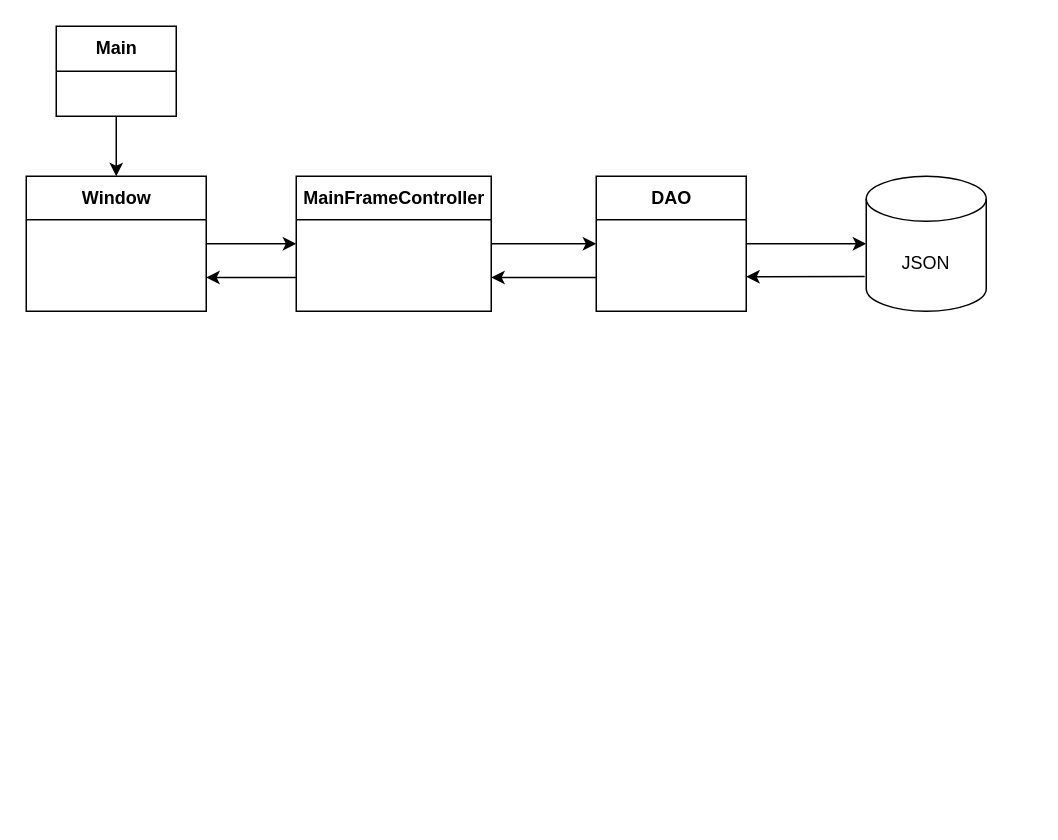
This is class.drawio from kendama5ko/bookmap_ver_Json, a draw.io file, before an edit. Source tidied: cells renumbered, new cells numbered last; positions are measured from the earlier drawing's top-left corner, leaving out a move shared by most shapes. Both pictures are drawn from the tidied source at 150%, with x=0, y=0 at pixel (26, 26).
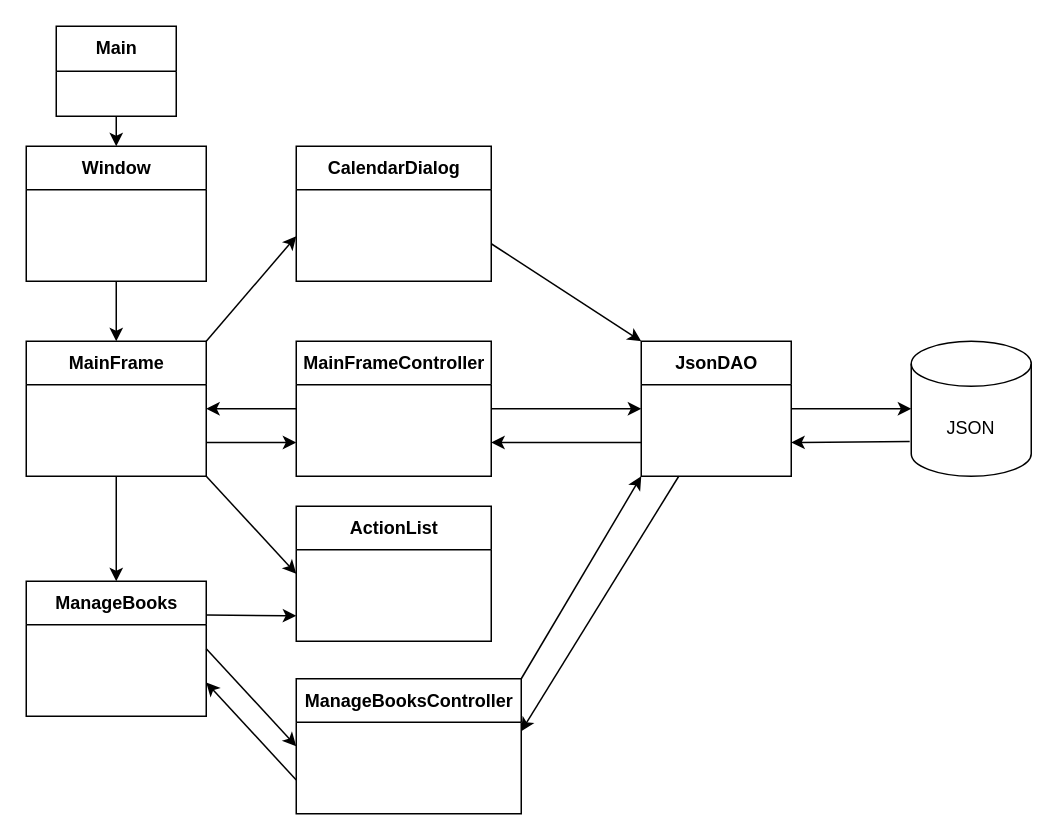
The same page after the edit.

Commit message (it also covers changes not shown here):
CalendarDialog.javaの追加

The change refers to these unchanged cells:
```xml
<mxCell id="5" value="Main" style="swimlane;fontStyle=1;align=center;verticalAlign=middle;horizontal=1;startSize=30;html=1;" parent="1" vertex="1">
  <mxGeometry x="20" width="80" height="60" as="geometry" />
</mxCell>
```

Change to the diagram source:
```diff
@@
-    <mxCell id="2" style="edgeStyle=none;html=1;exitX=1;exitY=0.5;exitDx=0;exitDy=0;entryX=0;entryY=0.5;entryDx=0;entryDy=0;" parent="1" edge="1" source="3" target="6">
-      <mxGeometry relative="1" as="geometry" />
-    </mxCell>
+    <mxCell id="14" style="edgeStyle=none;html=1;entryX=0.5;entryY=0;entryDx=0;entryDy=0;" parent="1" edge="1" source="3" target="25">
+      <mxGeometry relative="1" as="geometry" />
+    </mxCell>
     <mxCell id="3" value="Window" style="swimlane;fontStyle=1;align=center;verticalAlign=middle;horizontal=1;startSize=29;html=1;" parent="1" vertex="1">
-      <mxGeometry y="100" width="120" height="90" as="geometry" />
+      <mxGeometry y="80" width="120" height="90" as="geometry" />
     </mxCell>
-    <mxCell id="4" style="edgeStyle=none;html=1;entryX=0.5;entryY=0;entryDx=0;entryDy=0;" parent="1" edge="1" source="5">
-      <mxGeometry relative="1" as="geometry">
-        <mxPoint x="60" y="100" as="targetPoint" />
-      </mxGeometry>
+    <mxCell id="4" style="edgeStyle=none;html=1;entryX=0.5;entryY=0;entryDx=0;entryDy=0;" parent="1" edge="1" source="5" target="3">
+      <mxGeometry relative="1" as="geometry" />
     </mxCell>
@@
-    <mxCell id="6" value="MainFrameController" style="swimlane;fontStyle=1;align=center;verticalAlign=middle;horizontal=1;startSize=29;html=1;" parent="1" vertex="1">
-      <mxGeometry x="180" y="100" width="130" height="90" as="geometry" />
+    <mxCell id="6" value="ActionList" style="swimlane;fontStyle=1;align=center;verticalAlign=middle;horizontal=1;startSize=29;html=1;" parent="1" vertex="1">
+      <mxGeometry x="180" y="320" width="130" height="90" as="geometry" />
     </mxCell>
@@
+    <mxCell id="15" style="edgeStyle=none;html=1;exitX=0;exitY=0.75;exitDx=0;exitDy=0;entryX=1;entryY=0.75;entryDx=0;entryDy=0;" parent="1" edge="1" source="8" target="30">
+      <mxGeometry relative="1" as="geometry" />
+    </mxCell>
+    <mxCell id="16" style="edgeStyle=none;html=1;exitX=0.25;exitY=1;exitDx=0;exitDy=0;" parent="1" edge="1" source="8">
+      <mxGeometry relative="1" as="geometry">
+        <mxPoint x="330" y="470" as="targetPoint" />
+      </mxGeometry>
+    </mxCell>
-    <mxCell id="8" value="DAO" style="swimlane;fontStyle=1;align=center;verticalAlign=middle;horizontal=1;startSize=29;html=1;" parent="1" vertex="1">
-      <mxGeometry x="380" y="100" width="100" height="90" as="geometry" />
+    <mxCell id="8" value="JsonDAO" style="swimlane;fontStyle=1;align=center;verticalAlign=middle;horizontal=1;startSize=29;html=1;" parent="1" vertex="1">
+      <mxGeometry x="410" y="210" width="100" height="90" as="geometry" />
     </mxCell>
-    <mxCell id="9" style="edgeStyle=none;html=1;entryX=0;entryY=0.5;entryDx=0;entryDy=0;" parent="1" edge="1" target="8">
+    <mxCell id="9" style="edgeStyle=none;html=1;entryX=0;entryY=0;entryDx=0;entryDy=0;" parent="1" edge="1" target="8">
       <mxGeometry relative="1" as="geometry">
         <mxPoint x="310" y="145" as="sourcePoint" />
       </mxGeometry>
     </mxCell>
     <mxCell id="10" value="JSON&lt;br&gt;" style="shape=cylinder3;whiteSpace=wrap;html=1;boundedLbl=1;backgroundOutline=1;size=15;" parent="1" vertex="1">
-      <mxGeometry x="560" y="100" width="80" height="90" as="geometry" />
+      <mxGeometry x="590" y="210" width="80" height="90" as="geometry" />
     </mxCell>
-    <mxCell id="11" style="edgeStyle=none;html=1;exitX=-0.013;exitY=0.743;exitDx=0;exitDy=0;exitPerimeter=0;" parent="1" edge="1" source="10">
-      <mxGeometry relative="1" as="geometry">
-        <mxPoint x="480" y="167" as="targetPoint" />
-      </mxGeometry>
+    <mxCell id="11" style="edgeStyle=none;html=1;exitX=-0.013;exitY=0.743;exitDx=0;exitDy=0;exitPerimeter=0;entryX=1;entryY=0.75;entryDx=0;entryDy=0;" parent="1" edge="1" source="10" target="8">
+      <mxGeometry relative="1" as="geometry" />
     </mxCell>
-    <mxCell id="12" style="edgeStyle=none;html=1;exitX=0;exitY=0.75;exitDx=0;exitDy=0;entryX=1;entryY=0.75;entryDx=0;entryDy=0;" parent="1" edge="1" source="8" target="6">
-      <mxGeometry relative="1" as="geometry" />
-    </mxCell>
-    <mxCell id="13" style="edgeStyle=none;html=1;exitX=0;exitY=0.75;exitDx=0;exitDy=0;entryX=1;entryY=0.75;entryDx=0;entryDy=0;" parent="1" edge="1" source="6" target="3">
+    <mxCell id="13" style="edgeStyle=none;html=1;exitX=0;exitY=0.5;exitDx=0;exitDy=0;entryX=1;entryY=0.5;entryDx=0;entryDy=0;" parent="1" edge="1" source="30" target="25">
       <mxGeometry relative="1" as="geometry" />
     </mxCell>
+    <mxCell id="17" value="CalendarDialog" style="swimlane;fontStyle=1;align=center;verticalAlign=middle;horizontal=1;startSize=29;html=1;" parent="1" vertex="1">
+      <mxGeometry x="180" y="80" width="130" height="90" as="geometry" />
+    </mxCell>
+    <mxCell id="18" style="edgeStyle=none;html=1;exitX=0;exitY=0.75;exitDx=0;exitDy=0;entryX=1;entryY=0.75;entryDx=0;entryDy=0;" parent="1" edge="1" source="20" target="28">
+      <mxGeometry relative="1" as="geometry" />
+    </mxCell>
+    <mxCell id="19" style="edgeStyle=none;html=1;exitX=1;exitY=0;exitDx=0;exitDy=0;entryX=0;entryY=1;entryDx=0;entryDy=0;" parent="1" edge="1" source="20" target="8">
+      <mxGeometry relative="1" as="geometry" />
+    </mxCell>
+    <mxCell id="20" value="ManageBooksController" style="swimlane;fontStyle=1;align=center;verticalAlign=middle;horizontal=1;startSize=29;html=1;" parent="1" vertex="1">
+      <mxGeometry x="180" y="435" width="150" height="90" as="geometry" />
+    </mxCell>
+    <mxCell id="21" style="edgeStyle=none;html=1;exitX=0.5;exitY=1;exitDx=0;exitDy=0;entryX=0.5;entryY=0;entryDx=0;entryDy=0;" parent="1" edge="1" source="25" target="28">
+      <mxGeometry relative="1" as="geometry" />
+    </mxCell>
+    <mxCell id="22" style="edgeStyle=none;html=1;exitX=1;exitY=0.75;exitDx=0;exitDy=0;entryX=0;entryY=0.75;entryDx=0;entryDy=0;" parent="1" edge="1" source="25" target="30">
+      <mxGeometry relative="1" as="geometry" />
+    </mxCell>
+    <mxCell id="23" style="edgeStyle=none;html=1;exitX=1;exitY=0;exitDx=0;exitDy=0;" parent="1" edge="1" source="25">
+      <mxGeometry relative="1" as="geometry">
+        <mxPoint x="180" y="140" as="targetPoint" />
+      </mxGeometry>
+    </mxCell>
+    <mxCell id="24" style="edgeStyle=none;html=1;exitX=1;exitY=1;exitDx=0;exitDy=0;entryX=0;entryY=0.5;entryDx=0;entryDy=0;" parent="1" edge="1" source="25" target="6">
+      <mxGeometry relative="1" as="geometry" />
+    </mxCell>
+    <mxCell id="25" value="MainFrame" style="swimlane;fontStyle=1;align=center;verticalAlign=middle;horizontal=1;startSize=29;html=1;" parent="1" vertex="1">
+      <mxGeometry y="210" width="120" height="90" as="geometry" />
+    </mxCell>
+    <mxCell id="26" style="edgeStyle=none;html=1;exitX=1;exitY=0.5;exitDx=0;exitDy=0;entryX=0;entryY=0.5;entryDx=0;entryDy=0;" parent="1" edge="1" source="28" target="20">
+      <mxGeometry relative="1" as="geometry" />
+    </mxCell>
+    <mxCell id="27" style="edgeStyle=none;html=1;exitX=1;exitY=0.25;exitDx=0;exitDy=0;" parent="1" edge="1" source="28">
+      <mxGeometry relative="1" as="geometry">
+        <mxPoint x="180" y="393" as="targetPoint" />
+      </mxGeometry>
+    </mxCell>
+    <mxCell id="28" value="ManageBooks" style="swimlane;fontStyle=1;align=center;verticalAlign=middle;horizontal=1;startSize=29;html=1;" parent="1" vertex="1">
+      <mxGeometry y="370" width="120" height="90" as="geometry" />
+    </mxCell>
+    <mxCell id="29" style="edgeStyle=none;html=1;exitX=1;exitY=0.5;exitDx=0;exitDy=0;entryX=0;entryY=0.5;entryDx=0;entryDy=0;" parent="1" edge="1" source="30" target="8">
+      <mxGeometry relative="1" as="geometry" />
+    </mxCell>
+    <mxCell id="30" value="MainFrameController" style="swimlane;fontStyle=1;align=center;verticalAlign=middle;horizontal=1;startSize=29;html=1;" parent="1" vertex="1">
+      <mxGeometry x="180" y="210" width="130" height="90" as="geometry" />
+    </mxCell>
```
